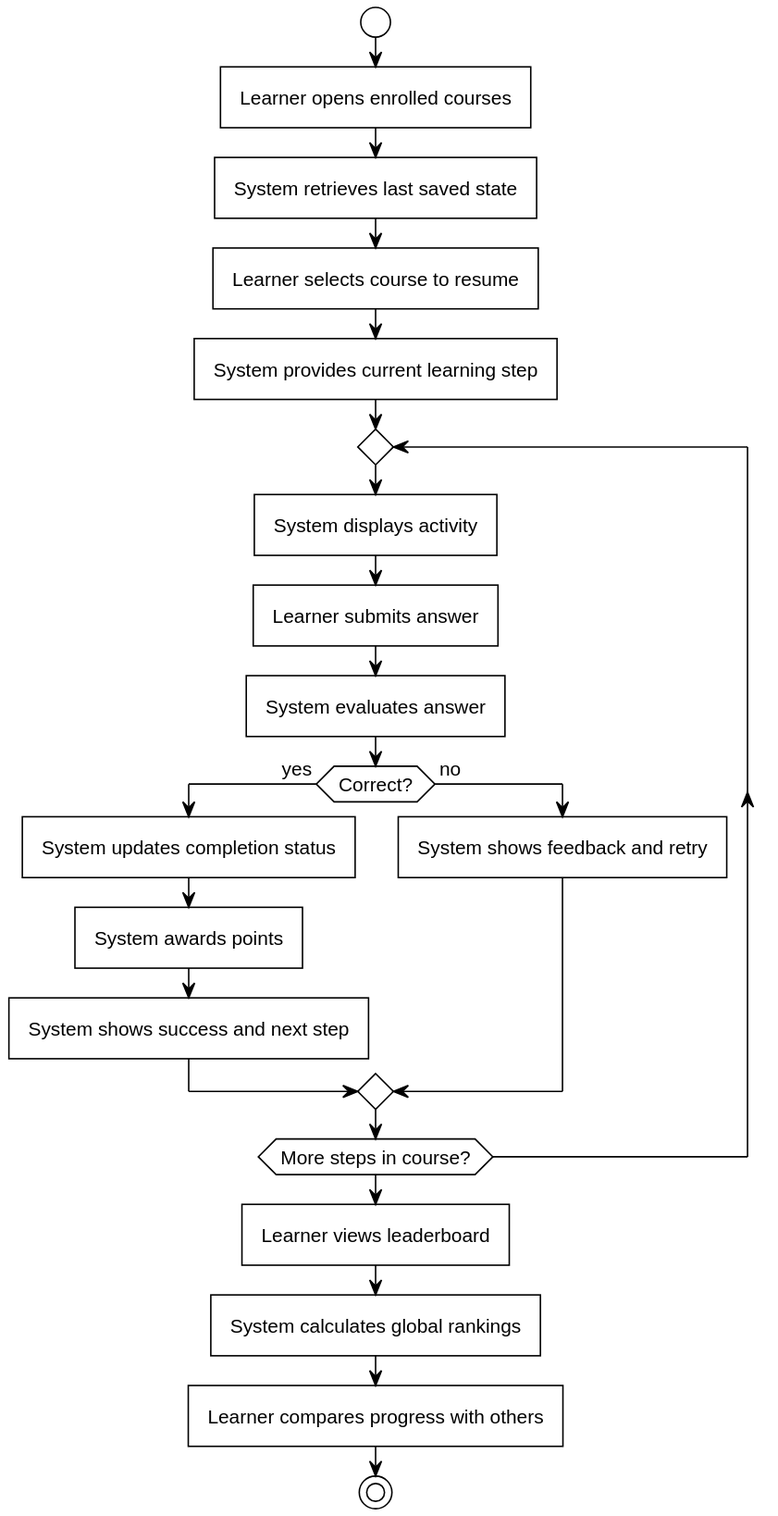
This is out/Analysis/ActivityDIagrams/LearningAndAchievement/LearningAndAchievement.svg from SEPCheesecakeFactory/SEP3, a PlantUML export, as it was before one commit. Source of this version:
```plantuml
@startuml
!include https://raw.githubusercontent.com/fredoslav2004/MinimalThemePUML/refs/heads/main/minimal-theme.puml
start
:Learner opens enrolled courses;
:System retrieves last saved state;
:Learner selects course to resume;
:System provides current learning step;
repeat
    :System displays activity;
    :Learner submits answer;
    :System evaluates answer;
    if (Correct?) then (yes)
        :System updates completion status;
        :System awards points;
        :System shows success and next step;
    else (no)
        :System shows feedback and retry;
    endif
repeat while (More steps in course?)
:Learner views leaderboard;
:System calculates global rankings;
:Learner compares progress with others;
stop
@enduml
```
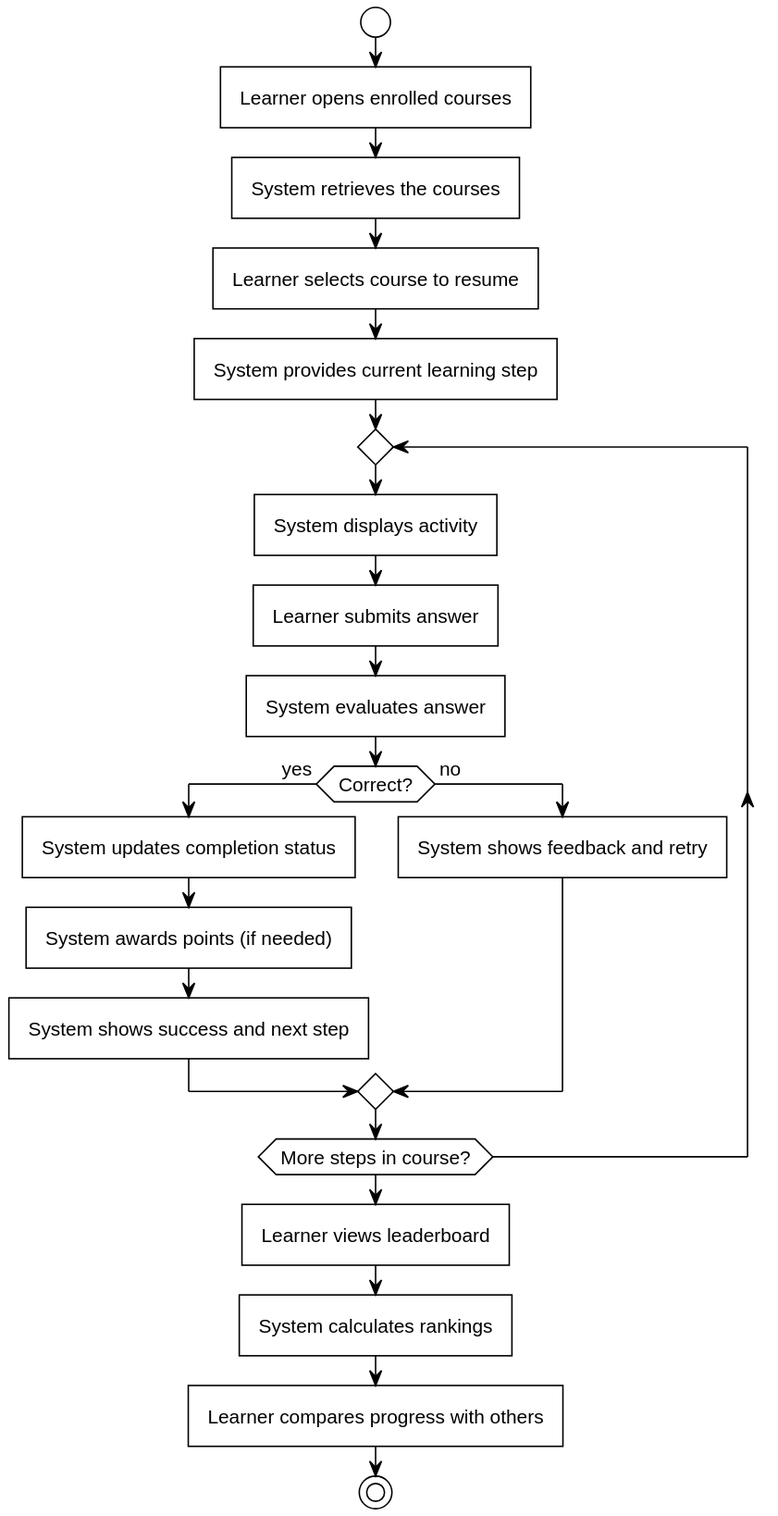
Later version of the same file.

What changed in the source:
```diff
@@ -2,7 +2,7 @@
 !include https://raw.githubusercontent.com/fredoslav2004/MinimalThemePUML/refs/heads/main/minimal-theme.puml
 start
 :Learner opens enrolled courses;
-:System retrieves last saved state;
+:System retrieves the courses;
 :Learner selects course to resume;
 :System provides current learning step;
 repeat
@@ -11,14 +11,14 @@
     :System evaluates answer;
     if (Correct?) then (yes)
         :System updates completion status;
-        :System awards points;
+        :System awards points (if needed);
         :System shows success and next step;
     else (no)
         :System shows feedback and retry;
     endif
 repeat while (More steps in course?)
 :Learner views leaderboard;
-:System calculates global rankings;
+:System calculates rankings;
 :Learner compares progress with others;
 stop
 @enduml
```
